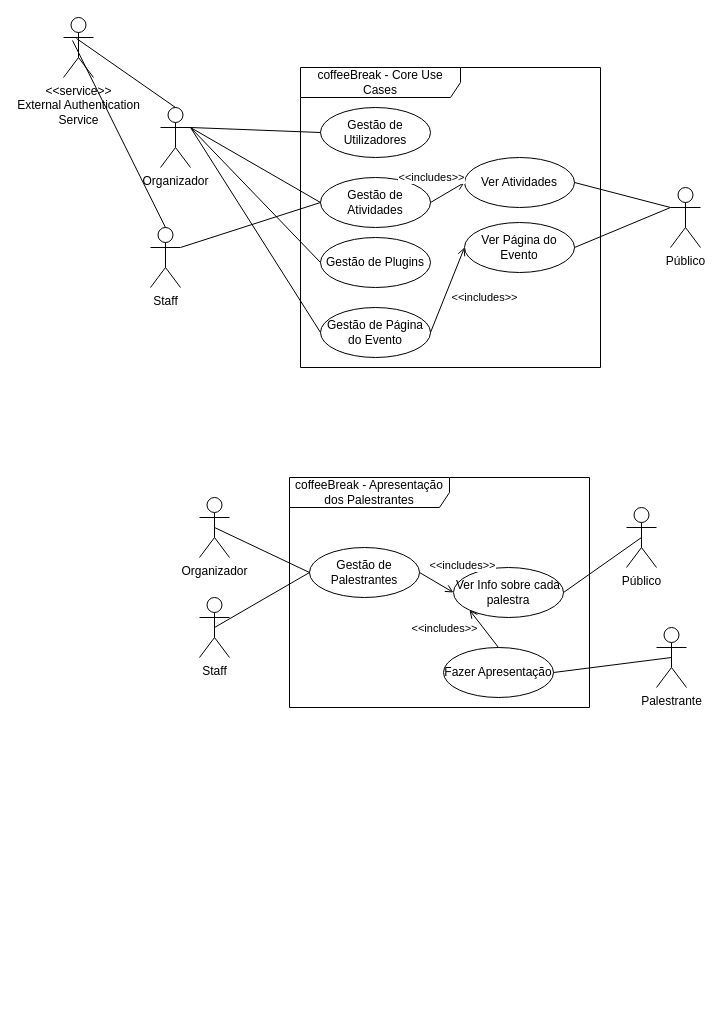
PI-coffeeBreak/diagrams keeps this draw.io diagram as coffeeBreak.drawio. Above is the earlier version. Source tidied: cells renumbered, new cells numbered last; positions are measured from the earlier drawing's top-left corner, leaving out a move shared by most shapes. Both pictures are drawn from the tidied source at 100%, with x=0, y=0 at pixel (63, 17).
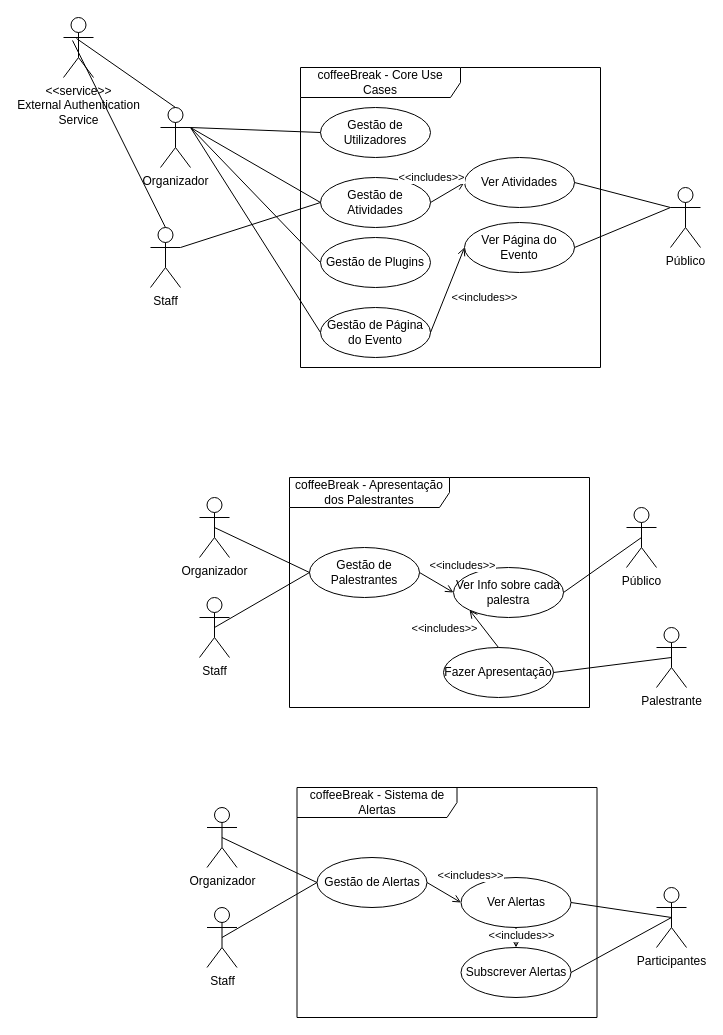
The same diagram, later.

Commit message:
Sistema de Alertas

What changed in the source:
```diff
@@
+    <mxCell id="42" value="coffeeBreak - Sistema de Alertas" style="shape=umlFrame;whiteSpace=wrap;html=1;width=160;" parent="1" vertex="1">
+      <mxGeometry x="233.5" y="770" width="300" height="230" as="geometry" />
+    </mxCell>
+    <mxCell id="43" value="Gestão de Alertas" style="ellipse;whiteSpace=wrap;html=1;" parent="42" vertex="1">
+      <mxGeometry x="20" y="70" width="110" height="50" as="geometry" />
+    </mxCell>
+    <mxCell id="44" style="edgeStyle=orthogonalEdgeStyle;rounded=0;jettySize=auto;html=1;exitX=0.5;exitY=1;exitDx=0;exitDy=0;entryX=0.5;entryY=0;entryDx=0;entryDy=0;endArrow=open;endFill=0;" parent="42" edge="1" source="46" target="49">
+      <mxGeometry relative="1" as="geometry" />
+    </mxCell>
+    <mxCell id="45" value="&amp;lt;&amp;lt;includes&amp;gt;&amp;gt;" style="edgeLabel;html=1;align=center;verticalAlign=middle;" parent="44" vertex="1">
+      <mxGeometry x="-0.3" y="5" relative="1" as="geometry" />
+    </mxCell>
+    <mxCell id="46" value="Ver Alertas" style="ellipse;whiteSpace=wrap;html=1;" parent="42" vertex="1">
+      <mxGeometry x="164" y="90" width="110" height="50" as="geometry" />
+    </mxCell>
+    <mxCell id="47" style="endArrow=open;html=1;rounded=0;entryX=0;entryY=0.5;entryDx=0;entryDy=0;endFill=0;exitX=1;exitY=0.5;exitDx=0;exitDy=0;" parent="42" edge="1" source="43" target="46">
+      <mxGeometry relative="1" as="geometry" />
+    </mxCell>
+    <mxCell id="48" value="&amp;lt;&amp;lt;includes&amp;gt;&amp;gt;" style="edgeLabel;html=1;align=center;verticalAlign=middle;" parent="47" vertex="1">
+      <mxGeometry x="-0.11" relative="1" as="geometry">
+        <mxPoint x="27" y="-17" as="offset" />
+      </mxGeometry>
+    </mxCell>
+    <mxCell id="49" value="Subscrever Alertas" style="ellipse;whiteSpace=wrap;html=1;" parent="42" vertex="1">
+      <mxGeometry x="164" y="160" width="110" height="50" as="geometry" />
+    </mxCell>
+    <mxCell id="50" value="Organizador" style="shape=umlActor;verticalLabelPosition=bottom;verticalAlign=top;html=1;" parent="1" vertex="1">
+      <mxGeometry x="143.5" y="790" width="30" height="60" as="geometry" />
+    </mxCell>
+    <mxCell id="51" value="Staff" style="shape=umlActor;verticalLabelPosition=bottom;verticalAlign=top;html=1;" parent="1" vertex="1">
+      <mxGeometry x="143.5" y="890" width="30" height="60" as="geometry" />
+    </mxCell>
+    <mxCell id="52" style="endArrow=none;html=1;rounded=0;exitX=0.5;exitY=0.5;exitDx=0;exitDy=0;exitPerimeter=0;entryX=0;entryY=0.5;entryDx=0;entryDy=0;" parent="1" edge="1" source="51" target="43">
+      <mxGeometry relative="1" as="geometry" />
+    </mxCell>
+    <mxCell id="53" style="endArrow=none;html=1;rounded=0;exitX=0.5;exitY=0.5;exitDx=0;exitDy=0;exitPerimeter=0;entryX=0;entryY=0.5;entryDx=0;entryDy=0;" parent="1" edge="1" source="50" target="43">
+      <mxGeometry relative="1" as="geometry" />
+    </mxCell>
+    <mxCell id="54" value="Participantes" style="shape=umlActor;verticalLabelPosition=bottom;verticalAlign=top;html=1;" parent="1" vertex="1">
+      <mxGeometry x="593" y="870" width="30" height="60" as="geometry" />
+    </mxCell>
+    <mxCell id="55" style="endArrow=none;html=1;rounded=0;exitX=1;exitY=0.5;exitDx=0;exitDy=0;entryX=0.5;entryY=0.5;entryDx=0;entryDy=0;entryPerimeter=0;" parent="1" edge="1" source="46" target="54">
+      <mxGeometry relative="1" as="geometry" />
+    </mxCell>
+    <mxCell id="56" style="endArrow=none;html=1;rounded=0;entryX=0.5;entryY=0.5;entryDx=0;entryDy=0;entryPerimeter=0;exitX=1;exitY=0.5;exitDx=0;exitDy=0;" parent="1" edge="1" source="49" target="54">
+      <mxGeometry relative="1" as="geometry" />
+    </mxCell>
```
